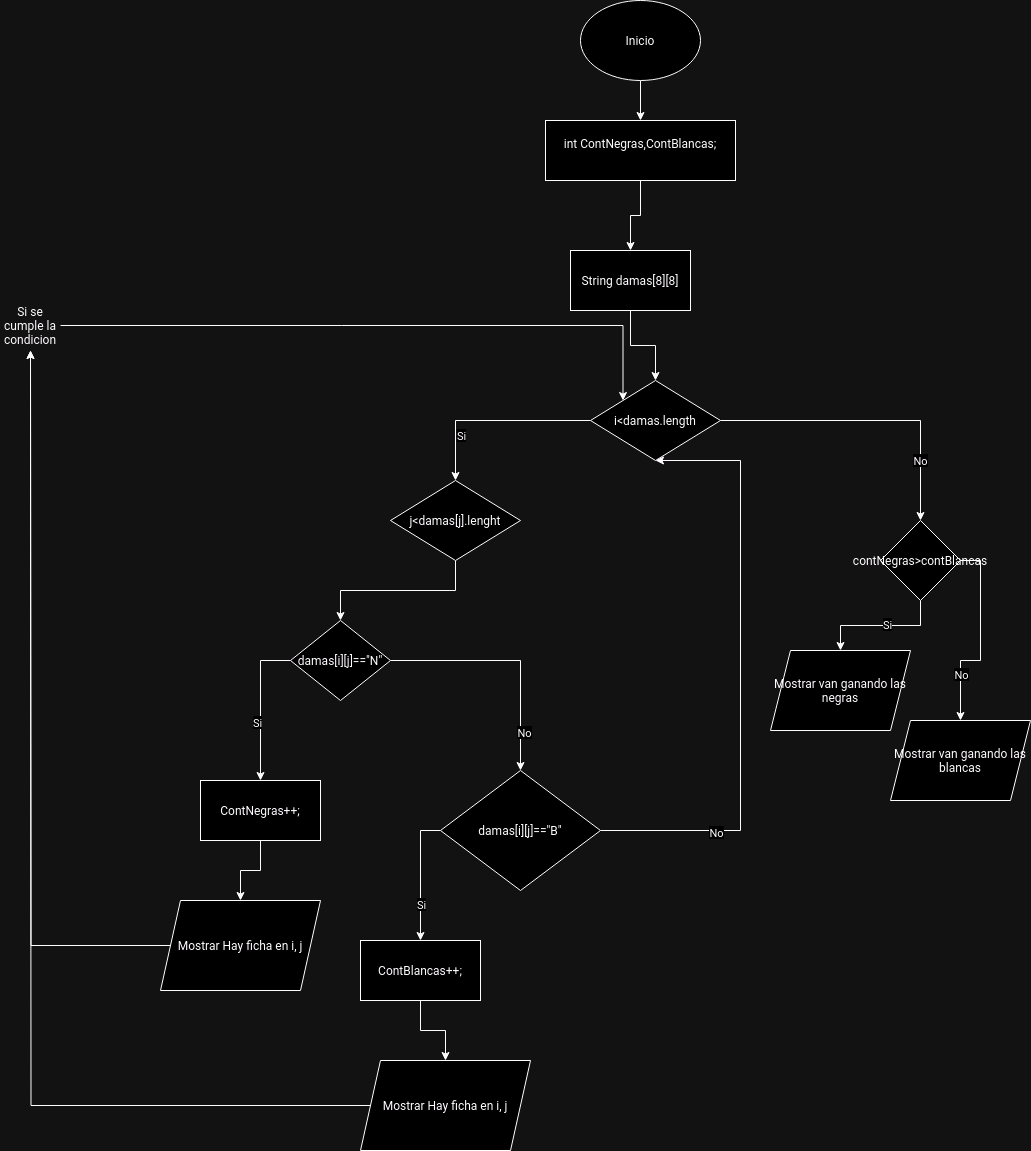
Mestosc/ExamenCOD1-Ev keeps this draw.io diagram as Damas.drawio.png. Above is the earlier version. Source tidied: cells renumbered, new cells last; positions are measured from the earlier drawing's top-left corner, leaving out a move shared by most shapes.
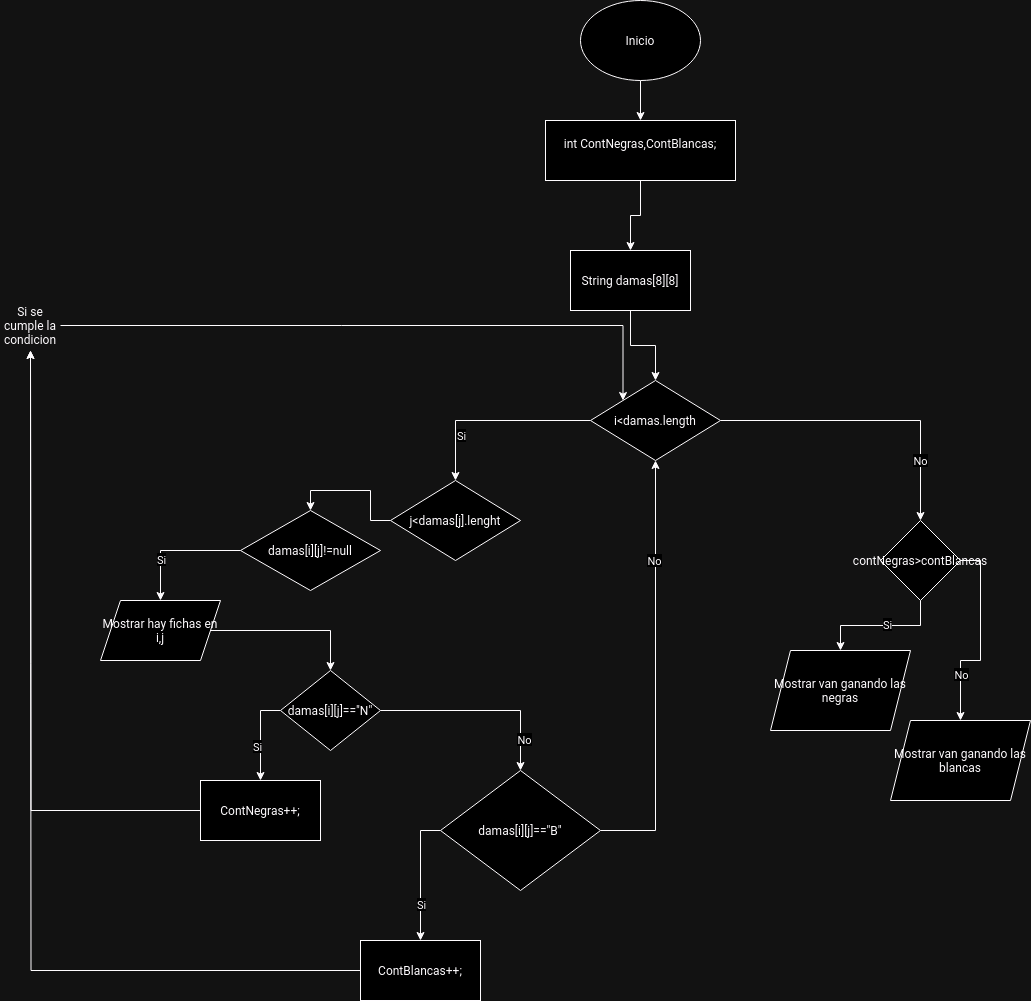
The same file after the commit.

Commit message:
Cambio imagen diagrama

The edit, as a diff of the source:
```diff
@@ -29,7 +29,7 @@
     <mxCell id="10" value="&lt;div&gt;i&amp;lt;damas.length&lt;/div&gt;" style="rhombus;whiteSpace=wrap;html=1;" parent="1" vertex="1">
       <mxGeometry x="590" y="380" width="130" height="80" as="geometry" />
     </mxCell>
-    <mxCell id="11" style="edgeStyle=orthogonalEdgeStyle;rounded=0;jettySize=auto;html=1;" parent="1" edge="1" source="12" target="17">
+    <mxCell id="11" style="edgeStyle=orthogonalEdgeStyle;rounded=0;jettySize=auto;html=1;entryX=0.5;entryY=0;entryDx=0;entryDy=0;" parent="1" edge="1" source="12" target="43">
       <mxGeometry relative="1" as="geometry" />
     </mxCell>
     <mxCell id="12" value="&lt;div&gt;j&amp;lt;damas[j].lenght&lt;/div&gt;" style="rhombus;whiteSpace=wrap;html=1;" parent="1" vertex="1">
@@ -48,7 +48,7 @@
       <mxGeometry x="0.68" y="3" relative="1" as="geometry" />
     </mxCell>
     <mxCell id="17" value="damas[i][j]==&quot;N&quot;" style="rhombus;whiteSpace=wrap;html=1;" parent="1" vertex="1">
-      <mxGeometry x="290" y="620" width="100" height="80" as="geometry" />
+      <mxGeometry x="280" y="670" width="100" height="80" as="geometry" />
     </mxCell>
     <mxCell id="18" style="edgeStyle=orthogonalEdgeStyle;rounded=0;jettySize=auto;html=1;exitX=0.5;exitY=1;exitDx=0;exitDy=0;entryX=0.5;entryY=0;entryDx=0;entryDy=0;" parent="1" edge="1" source="19" target="5">
       <mxGeometry relative="1" as="geometry" />
@@ -56,20 +56,9 @@
     <mxCell id="19" value="&lt;div&gt;int ContNegras,ContBlancas;&lt;/div&gt;&lt;div&gt;&lt;br&gt;&lt;/div&gt;" style="rounded=0;whiteSpace=wrap;html=1;" parent="1" vertex="1">
       <mxGeometry x="545" y="120" width="190" height="60" as="geometry" />
     </mxCell>
-    <mxCell id="20" style="edgeStyle=orthogonalEdgeStyle;rounded=0;jettySize=auto;html=1;entryX=0.5;entryY=0;entryDx=0;entryDy=0;" parent="1" edge="1" source="21" target="23">
-      <mxGeometry relative="1" as="geometry" />
-    </mxCell>
     <mxCell id="21" value="&lt;div&gt;ContNegras++;&lt;/div&gt;" style="rounded=0;whiteSpace=wrap;html=1;" parent="1" vertex="1">
       <mxGeometry x="200" y="780" width="120" height="60" as="geometry" />
     </mxCell>
-    <mxCell id="22" style="edgeStyle=orthogonalEdgeStyle;rounded=0;jettySize=auto;html=1;" parent="1" edge="1" source="23">
-      <mxGeometry relative="1" as="geometry">
-        <mxPoint x="30" y="350" as="targetPoint" />
-      </mxGeometry>
-    </mxCell>
-    <mxCell id="23" value="Mostrar Hay ficha en i, j" style="shape=parallelogram;perimeter=parallelogramPerimeter;whiteSpace=wrap;html=1;fixedSize=1;" parent="1" vertex="1">
-      <mxGeometry x="160" y="900" width="160" height="90" as="geometry" />
-    </mxCell>
     <mxCell id="24" style="edgeStyle=orthogonalEdgeStyle;rounded=0;jettySize=auto;html=1;exitX=0;exitY=0.5;exitDx=0;exitDy=0;entryX=0.5;entryY=0;entryDx=0;entryDy=0;" parent="1" edge="1" source="28" target="30">
       <mxGeometry relative="1" as="geometry" />
     </mxCell>
@@ -79,33 +68,27 @@
       </mxGeometry>
     </mxCell>
     <mxCell id="26" style="edgeStyle=orthogonalEdgeStyle;rounded=0;jettySize=auto;html=1;exitX=1;exitY=0.5;exitDx=0;exitDy=0;entryX=0.5;entryY=1;entryDx=0;entryDy=0;" parent="1" edge="1" source="28" target="10">
-      <mxGeometry relative="1" as="geometry">
-        <Array as="points">
-          <mxPoint x="740" y="830" />
-          <mxPoint x="740" y="460" />
-        </Array>
-      </mxGeometry>
+      <mxGeometry relative="1" as="geometry" />
     </mxCell>
     <mxCell id="27" value="No" style="edgeLabel;html=1;align=center;verticalAlign=middle;" parent="26" vertex="1">
-      <mxGeometry x="-0.61" y="-1" relative="1" as="geometry" />
+      <mxGeometry x="0.54" y="2" relative="1" as="geometry" />
     </mxCell>
     <mxCell id="28" value="damas[i][j]==&quot;B&quot;" style="rhombus;whiteSpace=wrap;html=1;" parent="1" vertex="1">
       <mxGeometry x="440" y="770" width="160" height="120" as="geometry" />
     </mxCell>
-    <mxCell id="29" style="edgeStyle=orthogonalEdgeStyle;rounded=0;jettySize=auto;html=1;" parent="1" edge="1" source="30" target="32">
-      <mxGeometry relative="1" as="geometry" />
-    </mxCell>
+    <mxCell id="42" style="edgeStyle=orthogonalEdgeStyle;rounded=0;jettySize=auto;html=1;exitX=0;exitY=0.5;exitDx=0;exitDy=0;" parent="1" edge="1" source="30">
+      <mxGeometry relative="1" as="geometry">
+        <mxPoint x="30" y="350" as="targetPoint" />
+      </mxGeometry>
+    </mxCell>
     <mxCell id="30" value="&lt;div&gt;ContBlancas++;&lt;/div&gt;" style="rounded=0;whiteSpace=wrap;html=1;" parent="1" vertex="1">
       <mxGeometry x="360" y="940" width="120" height="60" as="geometry" />
     </mxCell>
-    <mxCell id="31" style="edgeStyle=orthogonalEdgeStyle;rounded=0;jettySize=auto;html=1;exitX=0;exitY=0.5;exitDx=0;exitDy=0;" parent="1" edge="1" source="32">
+    <mxCell id="31" style="edgeStyle=orthogonalEdgeStyle;rounded=0;jettySize=auto;html=1;exitX=0;exitY=0.5;exitDx=0;exitDy=0;" parent="1" edge="1" source="21">
       <mxGeometry relative="1" as="geometry">
         <mxPoint x="30" y="350" as="targetPoint" />
       </mxGeometry>
     </mxCell>
-    <mxCell id="32" value="Mostrar Hay ficha en i, j" style="shape=parallelogram;perimeter=parallelogramPerimeter;whiteSpace=wrap;html=1;fixedSize=1;" parent="1" vertex="1">
-      <mxGeometry x="360" y="1060" width="170" height="90" as="geometry" />
-    </mxCell>
     <mxCell id="33" style="edgeStyle=orthogonalEdgeStyle;rounded=0;jettySize=auto;html=1;entryX=0.5;entryY=0;entryDx=0;entryDy=0;" parent="1" edge="1" source="37" target="38">
       <mxGeometry relative="1" as="geometry" />
     </mxCell>
@@ -133,5 +116,20 @@
     <mxCell id="41" value="Si se cumple la condicion" style="text;html=1;align=center;verticalAlign=middle;whiteSpace=wrap;rounded=0;" parent="1" vertex="1">
       <mxGeometry y="310" width="60" height="30" as="geometry" />
     </mxCell>
+    <mxCell id="43" value="damas[i][j]!=null" style="rhombus;whiteSpace=wrap;html=1;" parent="1" vertex="1">
+      <mxGeometry x="240" y="510" width="140" height="80" as="geometry" />
+    </mxCell>
+    <mxCell id="44" style="edgeStyle=orthogonalEdgeStyle;rounded=0;jettySize=auto;html=1;exitX=0;exitY=0.5;exitDx=0;exitDy=0;entryX=0.5;entryY=0;entryDx=0;entryDy=0;" parent="1" edge="1" source="43" target="47">
+      <mxGeometry relative="1" as="geometry" />
+    </mxCell>
+    <mxCell id="45" value="Si" style="edgeLabel;html=1;align=center;verticalAlign=middle;" parent="44" vertex="1">
+      <mxGeometry x="0.36" relative="1" as="geometry" />
+    </mxCell>
+    <mxCell id="46" style="edgeStyle=orthogonalEdgeStyle;rounded=0;jettySize=auto;html=1;exitX=1;exitY=0.5;exitDx=0;exitDy=0;entryX=0.5;entryY=0;entryDx=0;entryDy=0;" parent="1" edge="1" source="47" target="17">
+      <mxGeometry relative="1" as="geometry" />
+    </mxCell>
+    <mxCell id="47" value="Mostrar hay fichas en i,j" style="shape=parallelogram;perimeter=parallelogramPerimeter;whiteSpace=wrap;html=1;fixedSize=1;" parent="1" vertex="1">
+      <mxGeometry x="100" y="600" width="120" height="60" as="geometry" />
+    </mxCell>
   </root>
 </mxGraphModel>
```
